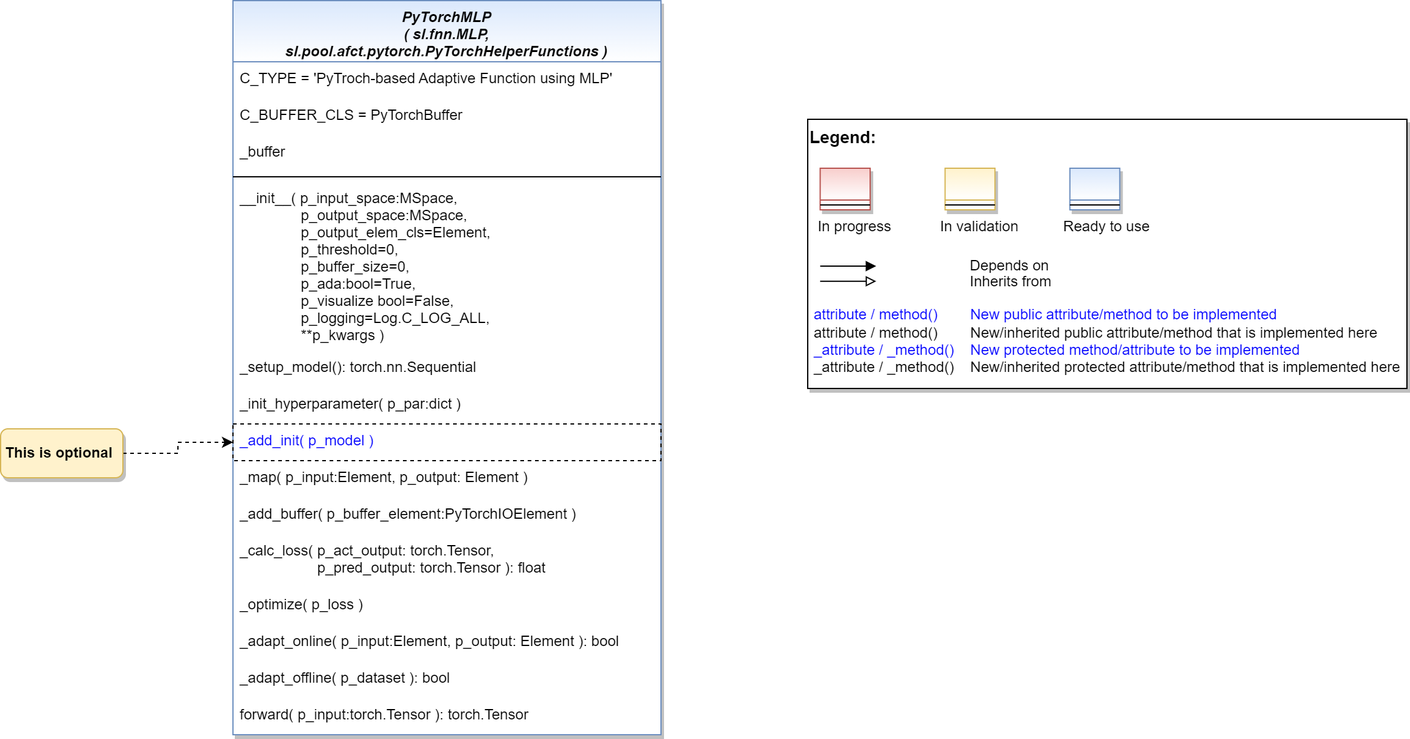
Before: doc/rtd/content/04_appendices/appendix2/sub/pool/mlpro_sl/afct/images/MLPro-SL-pool-afct-fnn-pytorch_class_diagram.drawio.png, a diagram exported from draw.io (fhswf/MLPro). Source tidied: cells renumbered, new cells last; positions are measured from the earlier drawing's top-left corner, leaving out a move shared by most shapes.
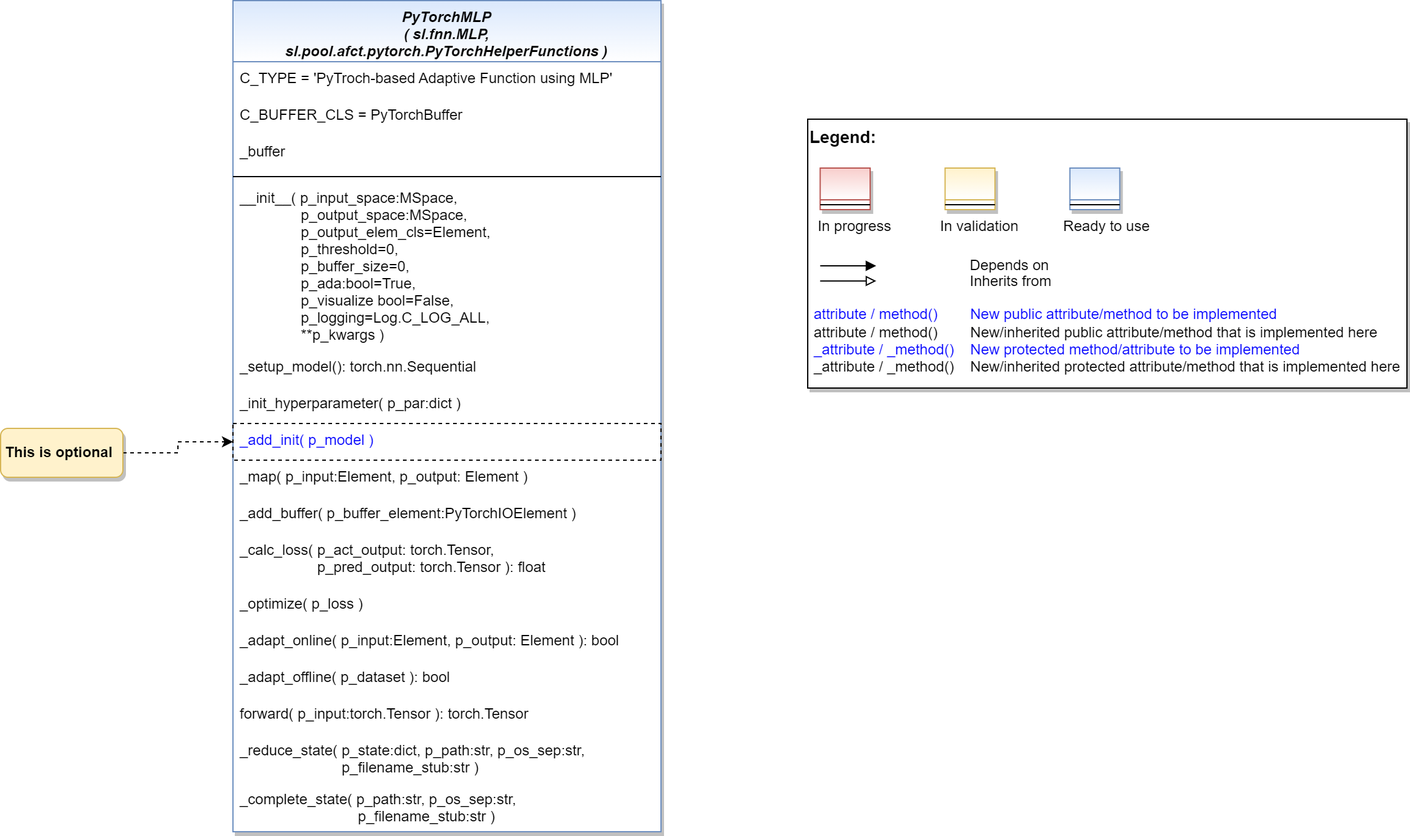
Above is the later version.

Commit message:
update class diagrams #673

What changed in the source:
```diff
@@ -44,7 +44,7 @@
       <mxGeometry y="26" width="40.8" height="8" as="geometry" />
     </mxCell>
     <mxCell id="12" value="PyTorchMLP&#10;( sl.fnn.MLP,&#10;sl.pool.afct.pytorch.PyTorchHelperFunctions )" style="swimlane;fontStyle=3;align=center;verticalAlign=top;horizontal=1;startSize=50;rounded=0;shadow=1;strokeWidth=1;fillColor=#dae8fc;strokeColor=#6c8ebf;swimlaneFillColor=#ffffff;gradientColor=#FFFFFF;" parent="1" vertex="1">
-      <mxGeometry x="190" width="350" height="600" as="geometry" />
+      <mxGeometry x="190" width="350" height="680" as="geometry" />
     </mxCell>
     <mxCell id="13" value="C_TYPE = 'PyTroch-based Adaptive Function using MLP'" style="text;align=left;verticalAlign=top;spacingLeft=4;spacingRight=4;overflow=hidden;fontColor=#000000;" parent="12" vertex="1">
       <mxGeometry y="50" width="350" height="30" as="geometry" />
@@ -91,6 +91,12 @@
     <mxCell id="27" value="forward( p_input:torch.Tensor ): torch.Tensor" style="text;align=left;verticalAlign=top;spacingLeft=4;spacingRight=4;overflow=hidden;fontColor=#000000;" parent="12" vertex="1">
       <mxGeometry y="570" width="350" height="30" as="geometry" />
     </mxCell>
+    <mxCell id="30" value="_reduce_state( p_state:dict, p_path:str, p_os_sep:str,&#10;                         p_filename_stub:str )" style="text;align=left;verticalAlign=top;spacingLeft=4;spacingRight=4;overflow=hidden;fontColor=#000000;" parent="12" vertex="1">
+      <mxGeometry y="600" width="350" height="40" as="geometry" />
+    </mxCell>
+    <mxCell id="31" value="_complete_state( p_path:str, p_os_sep:str,&#10;                             p_filename_stub:str )" style="text;align=left;verticalAlign=top;spacingLeft=4;spacingRight=4;overflow=hidden;fontColor=#000000;" parent="12" vertex="1">
+      <mxGeometry y="640" width="350" height="40" as="geometry" />
+    </mxCell>
     <mxCell id="28" style="edgeStyle=orthogonalEdgeStyle;rounded=0;jettySize=auto;html=1;exitX=1;exitY=0.5;exitDx=0;exitDy=0;entryX=0;entryY=0.5;entryDx=0;entryDy=0;fontColor=#0000FF;dashed=1;" parent="1" edge="1" source="29" target="20">
       <mxGeometry relative="1" as="geometry" />
     </mxCell>
```
